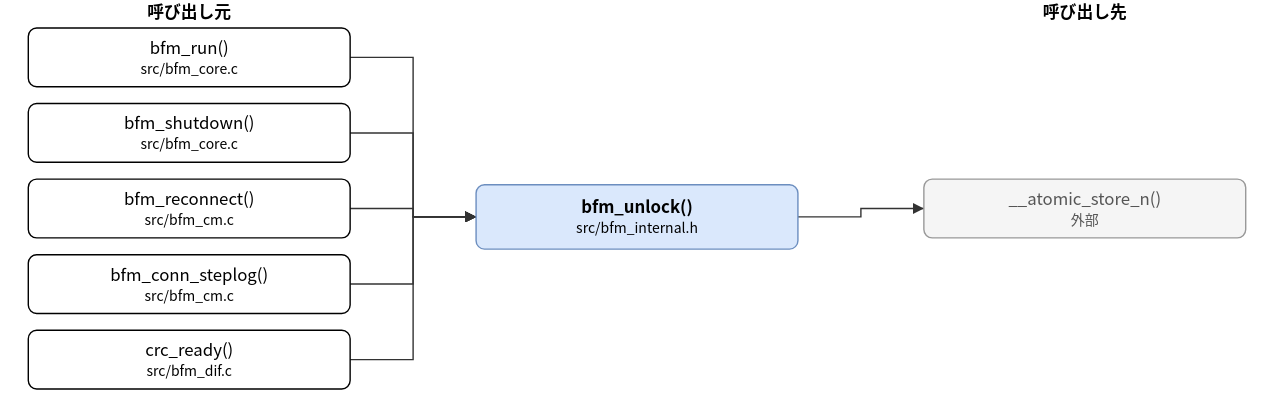
Above: doc/spec/images/call_src_bfm_internal-bfm_unlock.drawio.svg in hf355051012-ai/bfmem (draw.io), before the change. Source tidied: cells renumbered, new cells last; positions are measured from the earlier drawing's top-left corner, leaving out a move shared by most shapes.
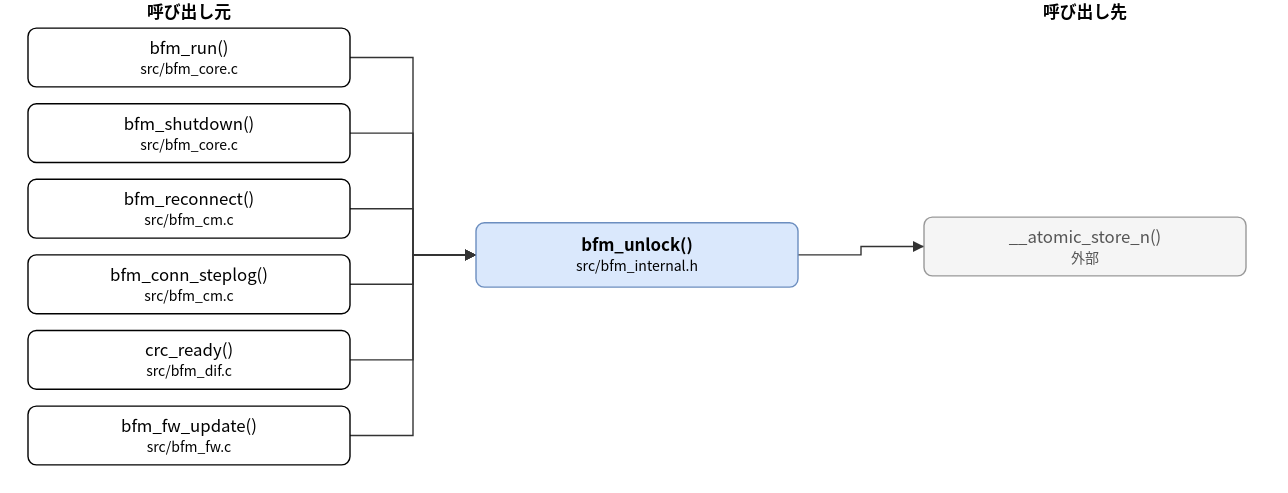
The same file after the commit.

What changed in the source:
```diff
@@ -3,7 +3,7 @@
     <mxCell id="0" />
     <mxCell id="1" parent="0" />
     <mxCell id="2" value="bfm_unlock()&lt;br&gt;&lt;font style=&quot;font-size:10px&quot;&gt;src/bfm_internal.h&lt;/font&gt;" style="rounded=1;whiteSpace=wrap;html=1;fillColor=#dae8fc;strokeColor=#6c8ebf;fontStyle=1;" parent="1" vertex="1">
-      <mxGeometry x="320" y="132" width="230" height="46" as="geometry" />
+      <mxGeometry x="320" y="159" width="230" height="46" as="geometry" />
     </mxCell>
     <mxCell id="3" value="bfm_run()&lt;br&gt;&lt;font style=&quot;font-size:10px&quot;&gt;src/bfm_core.c&lt;/font&gt;" style="rounded=1;whiteSpace=wrap;html=1;" parent="1" vertex="1">
       <mxGeometry y="20" width="230" height="42" as="geometry" />
@@ -20,14 +20,17 @@
     <mxCell id="7" value="crc_ready()&lt;br&gt;&lt;font style=&quot;font-size:10px&quot;&gt;src/bfm_dif.c&lt;/font&gt;" style="rounded=1;whiteSpace=wrap;html=1;" parent="1" vertex="1">
       <mxGeometry y="236" width="230" height="42" as="geometry" />
     </mxCell>
+    <mxCell id="17" value="bfm_fw_update()&lt;br&gt;&lt;font style=&quot;font-size:10px&quot;&gt;src/bfm_fw.c&lt;/font&gt;" style="rounded=1;whiteSpace=wrap;html=1;" parent="1" vertex="1">
+      <mxGeometry y="290" width="230" height="42" as="geometry" />
+    </mxCell>
     <mxCell id="8" value="__atomic_store_n()&lt;br&gt;&lt;font style=&quot;font-size:10px&quot;&gt;外部&lt;/font&gt;" style="rounded=1;whiteSpace=wrap;html=1;fillColor=#f5f5f5;strokeColor=#999999;fontColor=#555555;" parent="1" vertex="1">
-      <mxGeometry x="640" y="128" width="230" height="42" as="geometry" />
+      <mxGeometry x="640" y="155" width="230" height="42" as="geometry" />
     </mxCell>
     <mxCell id="9" style="edgeStyle=none;html=1;rounded=0;endArrow=block;endFill=1;exitX=1.0000;exitY=0.5000;exitDx=0;exitDy=0;exitPerimeter=0;entryX=0.0000;entryY=0.5000;entryDx=0;entryDy=0;entryPerimeter=0;" parent="1" edge="1" source="3" target="2">
       <mxGeometry relative="1" as="geometry">
         <Array as="points">
           <mxPoint x="275" y="41" />
-          <mxPoint x="275" y="155" />
+          <mxPoint x="275" y="182" />
         </Array>
       </mxGeometry>
     </mxCell>
@@ -35,7 +38,7 @@
       <mxGeometry relative="1" as="geometry">
         <Array as="points">
           <mxPoint x="275" y="95" />
-          <mxPoint x="275" y="155" />
+          <mxPoint x="275" y="182" />
         </Array>
       </mxGeometry>
     </mxCell>
@@ -43,7 +46,7 @@
       <mxGeometry relative="1" as="geometry">
         <Array as="points">
           <mxPoint x="275" y="149" />
-          <mxPoint x="275" y="155" />
+          <mxPoint x="275" y="182" />
         </Array>
       </mxGeometry>
     </mxCell>
@@ -51,7 +54,7 @@
       <mxGeometry relative="1" as="geometry">
         <Array as="points">
           <mxPoint x="275" y="203" />
-          <mxPoint x="275" y="155" />
+          <mxPoint x="275" y="182" />
         </Array>
       </mxGeometry>
     </mxCell>
@@ -59,18 +62,26 @@
       <mxGeometry relative="1" as="geometry">
         <Array as="points">
           <mxPoint x="275" y="257" />
-          <mxPoint x="275" y="155" />
+          <mxPoint x="275" y="182" />
         </Array>
       </mxGeometry>
     </mxCell>
-    <mxCell id="14" style="edgeStyle=none;html=1;rounded=0;endArrow=block;endFill=1;exitX=1.0000;exitY=0.5000;exitDx=0;exitDy=0;exitPerimeter=0;entryX=0.0000;entryY=0.5000;entryDx=0;entryDy=0;entryPerimeter=0;" parent="1" edge="1" source="2" target="8">
+    <mxCell id="14" style="edgeStyle=none;html=1;rounded=0;endArrow=block;endFill=1;exitX=1.0000;exitY=0.5000;exitDx=0;exitDy=0;exitPerimeter=0;entryX=0.0000;entryY=0.5000;entryDx=0;entryDy=0;entryPerimeter=0;" parent="1" edge="1" source="17" target="2">
       <mxGeometry relative="1" as="geometry">
         <Array as="points">
-          <mxPoint x="595" y="155" />
-          <mxPoint x="595" y="149" />
+          <mxPoint x="275" y="311" />
+          <mxPoint x="275" y="182" />
         </Array>
       </mxGeometry>
     </mxCell>
+    <mxCell id="18" style="edgeStyle=none;html=1;rounded=0;endArrow=block;endFill=1;exitX=1.0000;exitY=0.5000;exitDx=0;exitDy=0;exitPerimeter=0;entryX=0.0000;entryY=0.5000;entryDx=0;entryDy=0;entryPerimeter=0;" parent="1" edge="1" source="2" target="8">
+      <mxGeometry relative="1" as="geometry">
+        <Array as="points">
+          <mxPoint x="595" y="182" />
+          <mxPoint x="595" y="176" />
+        </Array>
+      </mxGeometry>
+    </mxCell>
     <mxCell id="15" value="呼び出し元" style="text;html=1;align=center;fontStyle=1;" parent="1" vertex="1">
       <mxGeometry x="35" width="160" height="18" as="geometry" />
     </mxCell>
```
